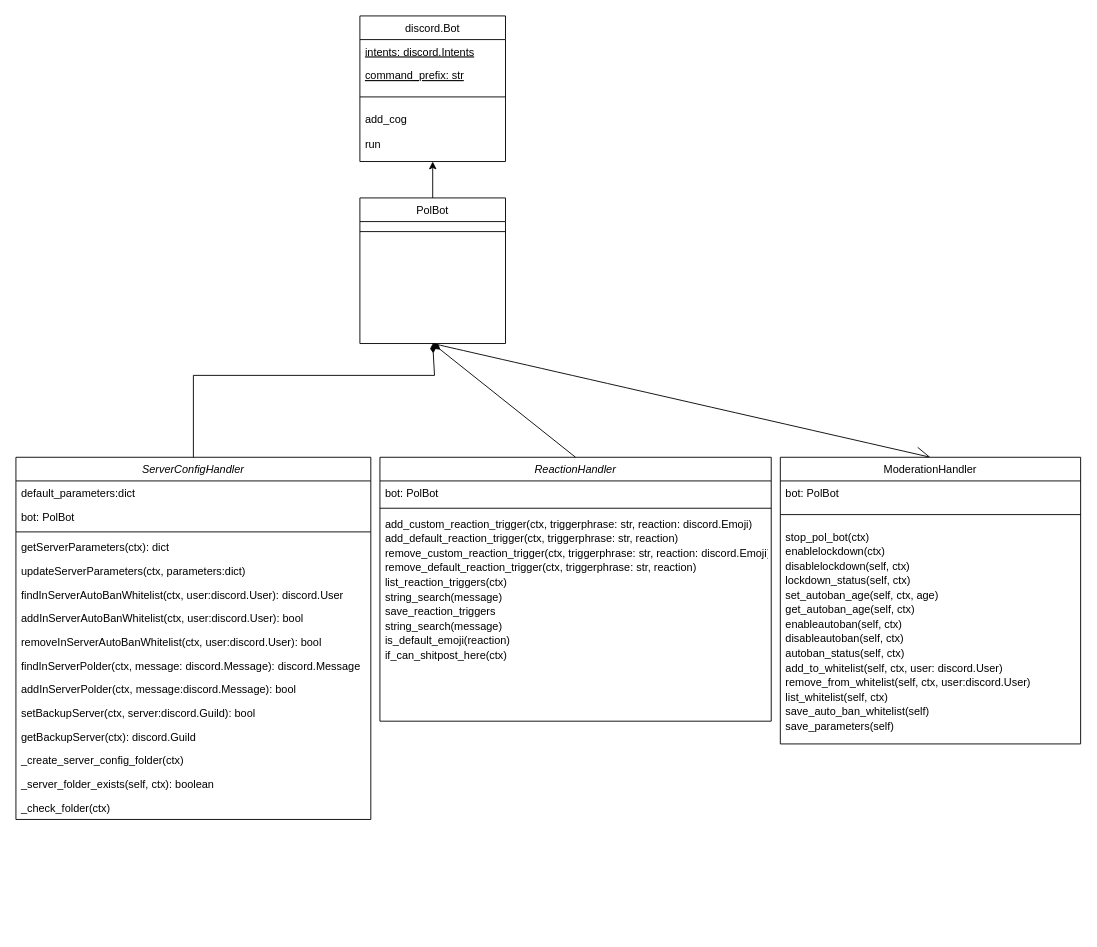
Earlier version of the draw.io diagram Untitled Diagram.drawio (abdann/polbot). Source tidied: cells renumbered, new cells numbered last; positions are measured from the earlier drawing's top-left corner, leaving out a move shared by most shapes. Both pictures are drawn from the tidied source at 91%, with x=0, y=0 at pixel (15, 15).
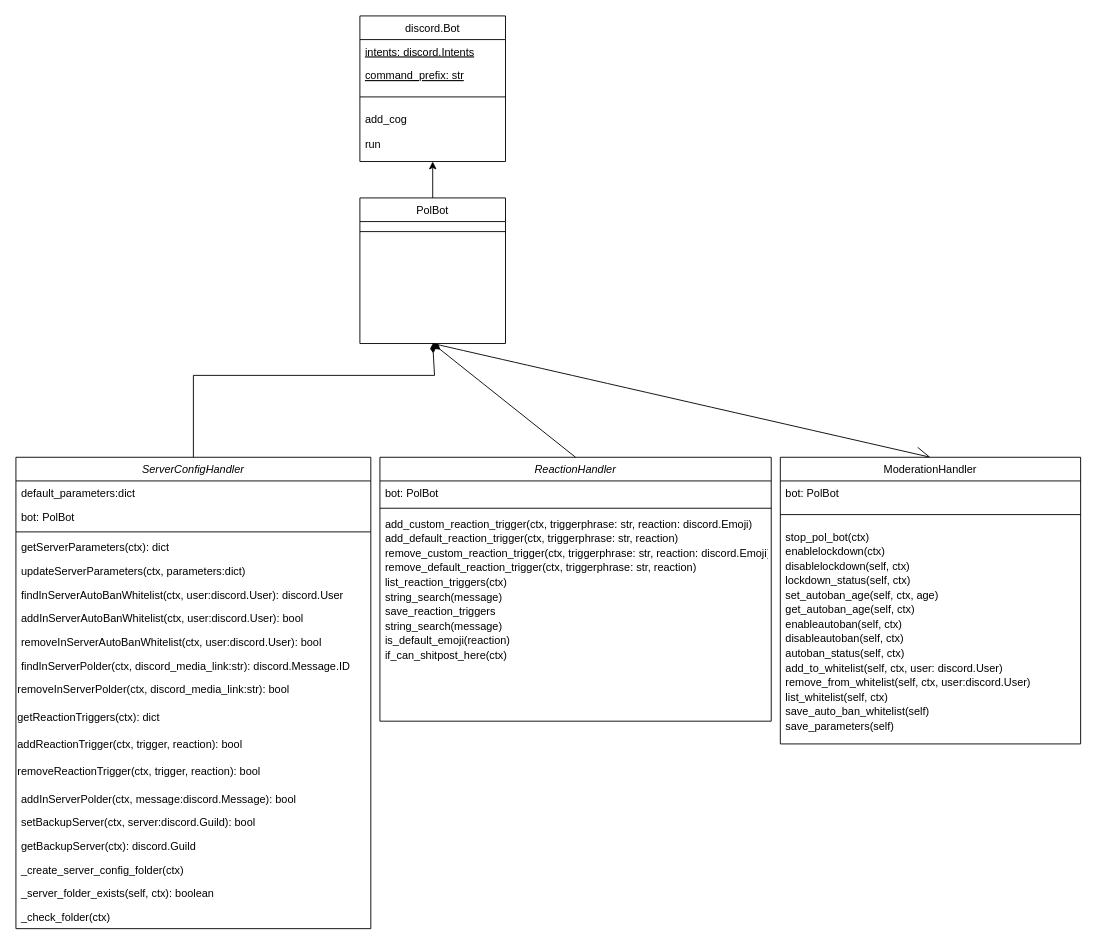
The same diagram, later.

Diff of the diagram source:
```diff
@@
     <mxCell id="2" value="ServerConfigHandler" style="swimlane;fontStyle=2;align=center;verticalAlign=top;horizontal=1;startSize=26;rounded=0;shadow=0;strokeWidth=1;" parent="1" vertex="1">
-      <mxGeometry y="485" width="390" height="398" as="geometry" />
+      <mxGeometry y="485" width="390" height="518" as="geometry" />
     </mxCell>
@@
-    <mxCell id="11" value="findInServerPolder(ctx, message: discord.Message): discord.Message" style="text;align=left;verticalAlign=top;spacingLeft=4;spacingRight=4;overflow=hidden;" parent="2" vertex="1">
+    <mxCell id="11" value="findInServerPolder(ctx, discord_media_link:str): discord.Message.ID" style="text;align=left;verticalAlign=top;spacingLeft=4;spacingRight=4;overflow=hidden;" parent="2" vertex="1">
       <mxGeometry y="216" width="390" height="26" as="geometry" />
     </mxCell>
+    <mxCell id="60" value="removeInServerPolder(ctx, discord_media_link:str): bool" style="text;whiteSpace=wrap;html=1;" parent="2" vertex="1">
+      <mxGeometry y="242" width="390" height="30" as="geometry" />
+    </mxCell>
+    <mxCell id="61" value="getReactionTriggers(ctx): dict" style="text;whiteSpace=wrap;html=1;" parent="2" vertex="1">
+      <mxGeometry y="272" width="390" height="30" as="geometry" />
+    </mxCell>
+    <mxCell id="62" value="addReactionTrigger(ctx, trigger, reaction): bool" style="text;whiteSpace=wrap;html=1;" parent="2" vertex="1">
+      <mxGeometry y="302" width="390" height="30" as="geometry" />
+    </mxCell>
+    <mxCell id="63" value="removeReactionTrigger(ctx, trigger, reaction): bool" style="text;whiteSpace=wrap;html=1;" parent="2" vertex="1">
+      <mxGeometry y="332" width="390" height="30" as="geometry" />
+    </mxCell>
     <mxCell id="12" value="addInServerPolder(ctx, message:discord.Message): bool" style="text;align=left;verticalAlign=top;spacingLeft=4;spacingRight=4;overflow=hidden;" parent="2" vertex="1">
-      <mxGeometry y="242" width="390" height="26" as="geometry" />
+      <mxGeometry y="362" width="390" height="26" as="geometry" />
     </mxCell>
     <mxCell id="13" value="setBackupServer(ctx, server:discord.Guild): bool" style="text;align=left;verticalAlign=top;spacingLeft=4;spacingRight=4;overflow=hidden;" parent="2" vertex="1">
-      <mxGeometry y="268" width="390" height="26" as="geometry" />
+      <mxGeometry y="388" width="390" height="26" as="geometry" />
     </mxCell>
     <mxCell id="14" value="getBackupServer(ctx): discord.Guild" style="text;align=left;verticalAlign=top;spacingLeft=4;spacingRight=4;overflow=hidden;" parent="2" vertex="1">
-      <mxGeometry y="294" width="390" height="26" as="geometry" />
+      <mxGeometry y="414" width="390" height="26" as="geometry" />
     </mxCell>
     <mxCell id="15" value="_create_server_config_folder(ctx)" style="text;align=left;verticalAlign=top;spacingLeft=4;spacingRight=4;overflow=hidden;" parent="2" vertex="1">
-      <mxGeometry y="320" width="390" height="26" as="geometry" />
+      <mxGeometry y="440" width="390" height="26" as="geometry" />
     </mxCell>
     <mxCell id="16" value="_server_folder_exists(self, ctx): boolean" style="text;align=left;verticalAlign=top;spacingLeft=4;spacingRight=4;overflow=hidden;" parent="2" vertex="1">
-      <mxGeometry y="346" width="390" height="26" as="geometry" />
+      <mxGeometry y="466" width="390" height="26" as="geometry" />
     </mxCell>
     <mxCell id="17" value="_check_folder(ctx)" style="text;align=left;verticalAlign=top;spacingLeft=4;spacingRight=4;overflow=hidden;" parent="2" vertex="1">
-      <mxGeometry y="372" width="390" height="26" as="geometry" />
+      <mxGeometry y="492" width="390" height="26" as="geometry" />
     </mxCell>
```
